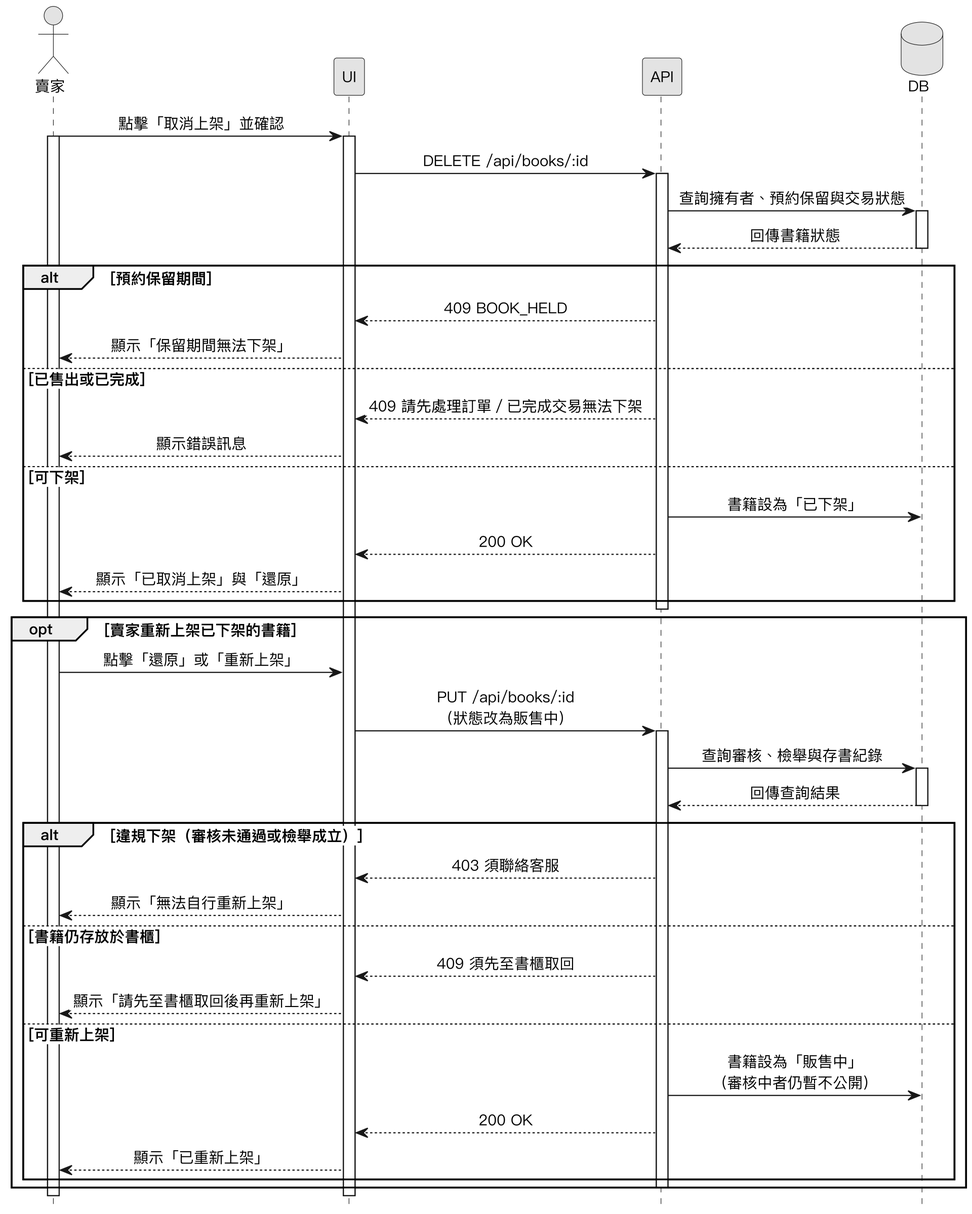
Above: Diagrams/Sequence Diagrams/v3/seq_delist.png in SaveMyBook/SaveMyBook (PlantUML), before the change.
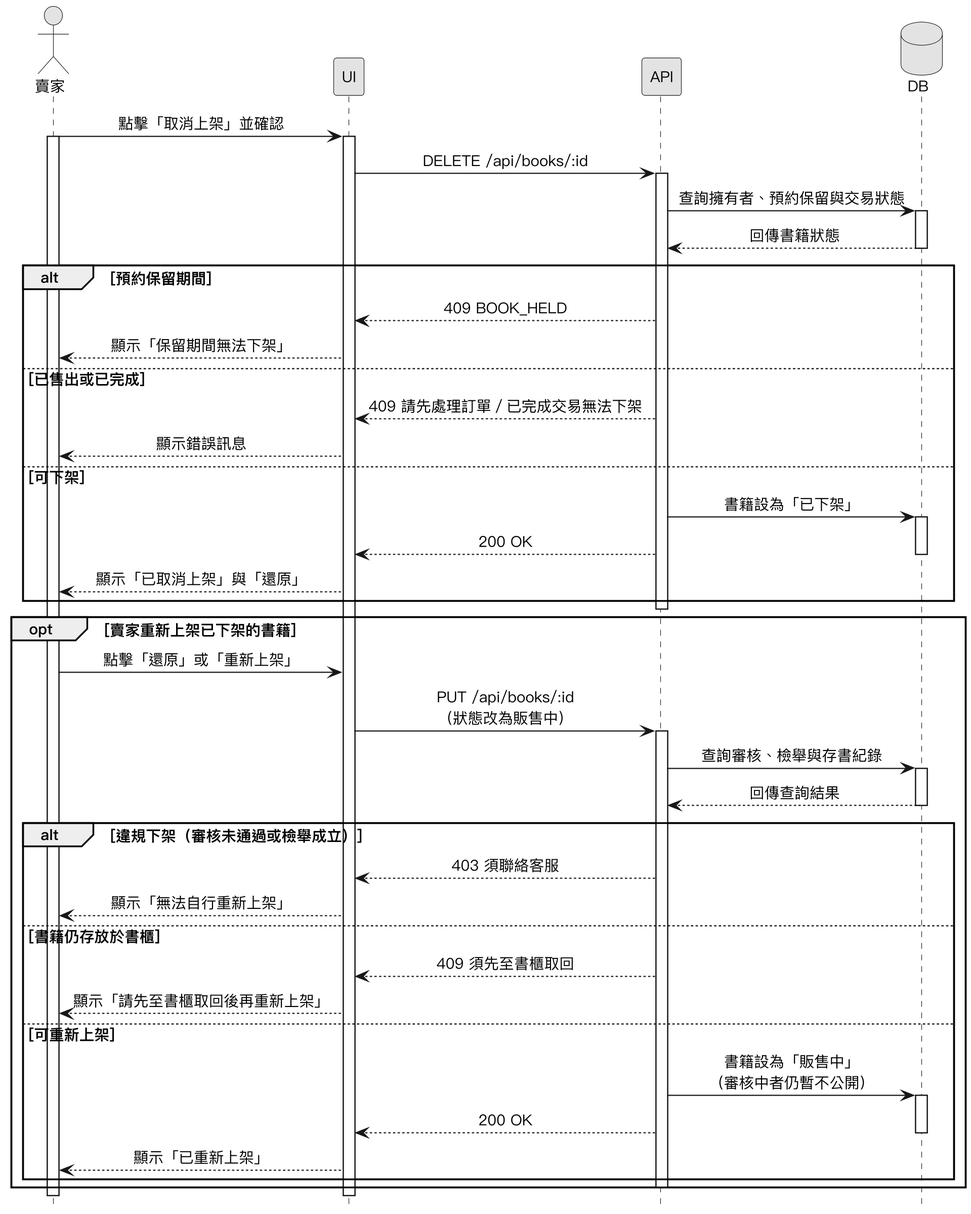
The same diagram one commit later.

Diff of the diagram source:
```diff
@@ -30,7 +30,9 @@
   UI --> 賣家 : 顯示錯誤訊息
 else 可下架
   API -> DB : 書籍設為「已下架」
+  activate DB
   API --> UI : 200 OK
+  deactivate DB
   UI --> 賣家 : 顯示「已取消上架」與「還原」
 end
 deactivate API
@@ -51,7 +53,9 @@
     UI --> 賣家 : 顯示「請先至書櫃取回後再重新上架」
   else 可重新上架
     API -> DB : 書籍設為「販售中」\n（審核中者仍暫不公開）
+    activate DB
     API --> UI : 200 OK
+    deactivate DB
     UI --> 賣家 : 顯示「已重新上架」
   end
   deactivate API
```
